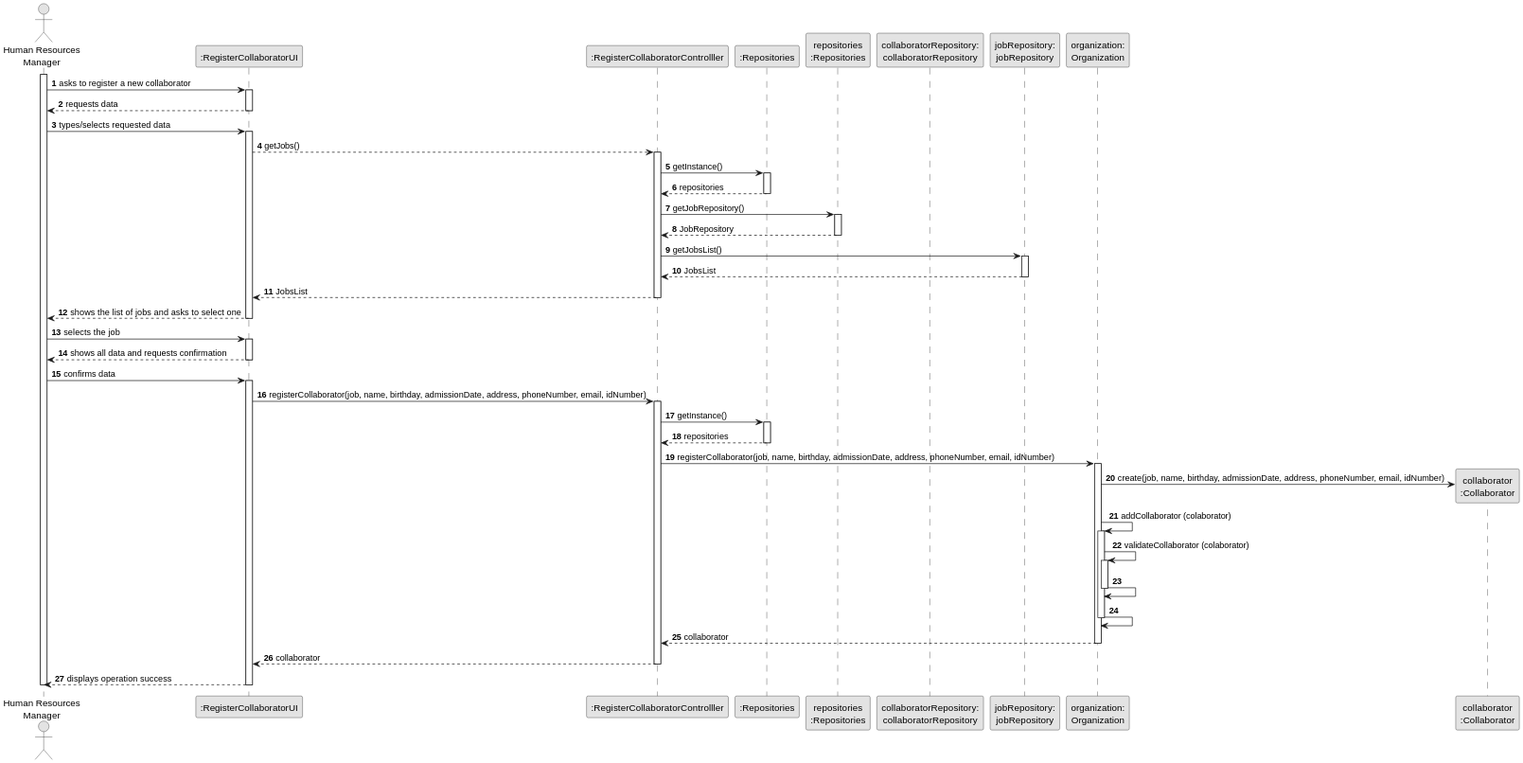
Before: docs/sprintA&B/us003/03.design/svg/us003-sequence-diagram-full.svg, a diagram exported from PlantUML (daniel41silva05/ISEP_2023_2024_LAPR2).
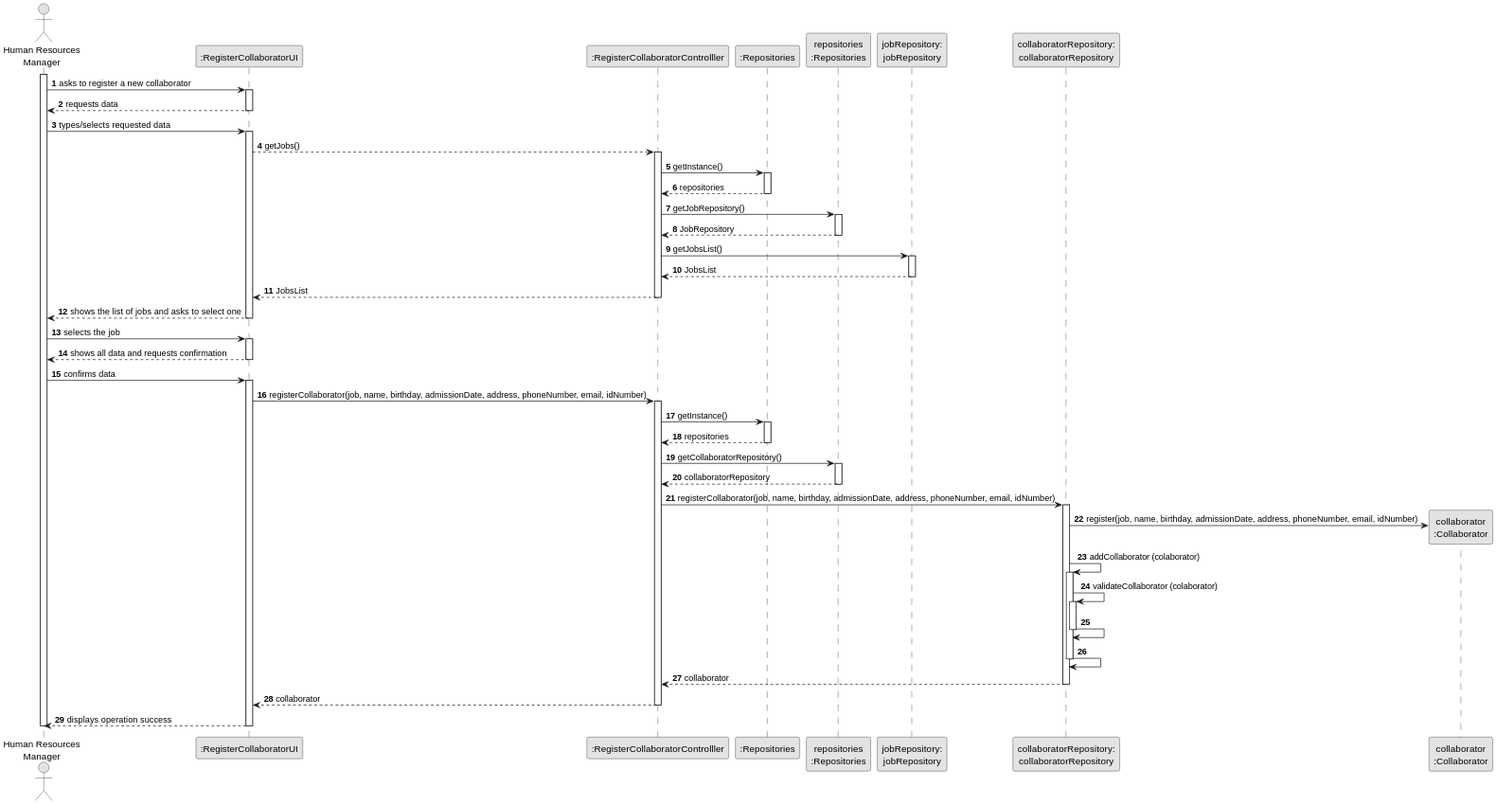
The same file after the commit.

Diff of the diagram source:
```diff
@@ -10,9 +10,8 @@
 participant ":RegisterCollaboratorControlller" as CTRL
 participant ":Repositories" as REP
 participant "repositories\n:Repositories" as REPS
+participant "jobRepository:\njobRepository" as jobRepository
 participant "collaboratorRepository:\ncollaboratorRepository" as collaboratorRepository
-participant "jobRepository:\njobRepository" as jobRepository
-participant "organization:\nOrganization" as organization
 participant "collaborator\n:Collaborator" as COLLABORATOR
 
 activate HRM
@@ -71,25 +70,31 @@
             REP --> CTRL: repositories
             deactivate REP
 
-            CTRL -> organization: registerCollaborator(job, name, birthday, admissionDate, address, phoneNumber, email, idNumber)
-            activate organization
+            CTRL -> REPS: getCollaboratorRepository()
+            activate REPS
 
-                organization -> COLLABORATOR** : create(job, name, birthday, admissionDate, address, phoneNumber, email, idNumber)
+            REPS --> CTRL: collaboratorRepository
+            deactivate REPS
 
-                organization -> organization: addCollaborator (colaborator)
-                activate organization
+            CTRL -> collaboratorRepository: registerCollaborator(job, name, birthday, admissionDate, address, phoneNumber, email, idNumber)
+            activate collaboratorRepository
 
-                organization -> organization: validateCollaborator (colaborator)
-                activate organization
+                collaboratorRepository -> COLLABORATOR** : register(job, name, birthday, admissionDate, address, phoneNumber, email, idNumber)
 
-                organization -> organization
-                deactivate organization
+                collaboratorRepository -> collaboratorRepository: addCollaborator (colaborator)
+                activate collaboratorRepository
 
-                organization -> organization
-                deactivate organization
+                collaboratorRepository -> collaboratorRepository: validateCollaborator (colaborator)
+                activate collaboratorRepository
 
-            organization --> CTRL: collaborator
-            deactivate organization
+                collaboratorRepository -> collaboratorRepository
+                deactivate collaboratorRepository
+
+                collaboratorRepository -> collaboratorRepository
+                deactivate collaboratorRepository
+
+            collaboratorRepository --> CTRL: collaborator
+            deactivate collaboratorRepository
 
         CTRL --> UI: collaborator
         deactivate CTRL
```
